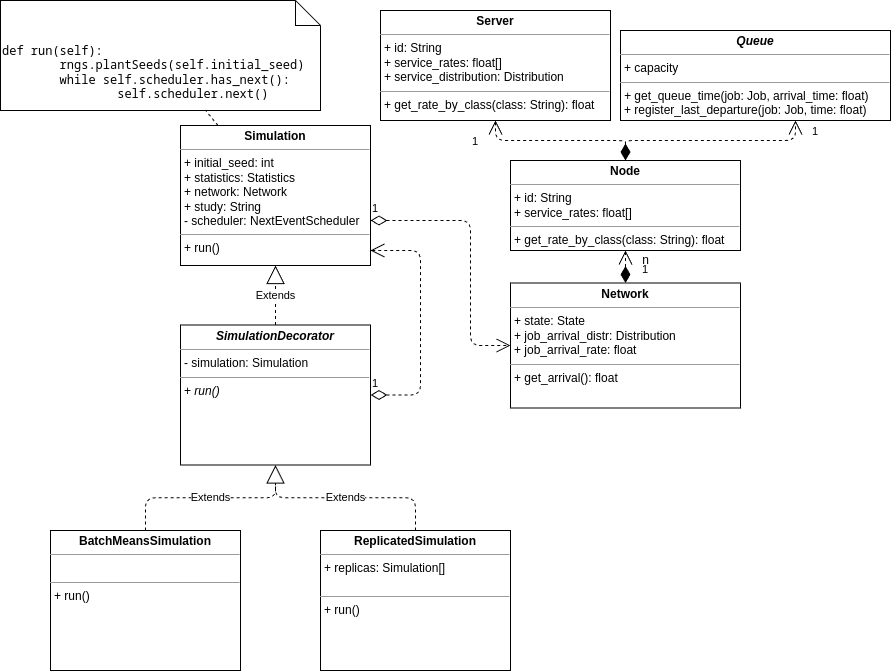
Torkin1/webapp-workflow-pa keeps this draw.io diagram as docs/figs/computational_model/simulation.drawio.png. Above is the earlier version. Source tidied: cells renumbered, new cells last; positions are measured from the earlier drawing's top-left corner, leaving out a move shared by most shapes.
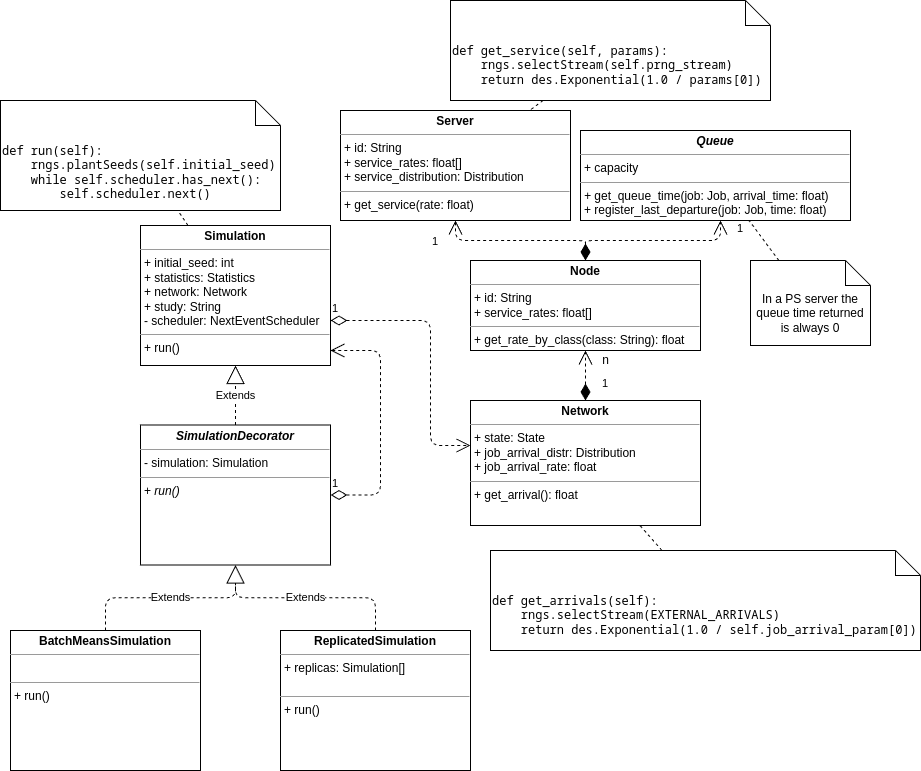
After the commit.

What changed in the source:
```diff
@@ -8,8 +8,8 @@
     <mxCell id="3" value="&lt;p style=&quot;margin:0px;margin-top:4px;text-align:center;&quot;&gt;&lt;b&gt;Simulation&lt;/b&gt;&lt;/p&gt;&lt;hr size=&quot;1&quot;&gt;&lt;p style=&quot;margin:0px;margin-left:4px;&quot;&gt;+ initial_seed: int&lt;br style=&quot;border-color: var(--border-color); padding: 0px; margin: 0px;&quot;&gt;+ statistics: Statistics&lt;br style=&quot;border-color: var(--border-color); padding: 0px; margin: 0px;&quot;&gt;+ network: Network&lt;br style=&quot;border-color: var(--border-color); padding: 0px; margin: 0px;&quot;&gt;+ study: String&lt;br style=&quot;border-color: var(--border-color); padding: 0px; margin: 0px;&quot;&gt;- scheduler: NextEventScheduler&lt;br&gt;&lt;/p&gt;&lt;hr size=&quot;1&quot;&gt;&lt;p style=&quot;margin:0px;margin-left:4px;&quot;&gt;+ run()&lt;br&gt;&lt;/p&gt;" style="verticalAlign=top;align=left;overflow=fill;fontSize=12;fontFamily=Helvetica;html=1;" parent="1" vertex="1">
       <mxGeometry x="180" y="125" width="190" height="140" as="geometry" />
     </mxCell>
-    <mxCell id="4" value="&lt;pre&gt;def run(self):&lt;br&gt;&lt;span style=&quot;white-space: pre;&quot;&gt;&#9;&lt;/span&gt;rngs.plantSeeds(self.initial_seed)&lt;br&gt;&lt;span style=&quot;white-space: pre;&quot;&gt;&#9;&lt;/span&gt;while self.scheduler.has_next():&lt;br&gt;&lt;span style=&quot;white-space: pre;&quot;&gt;&#9;&lt;span style=&quot;white-space: pre;&quot;&gt;&#9;&lt;/span&gt;&lt;/span&gt;self.scheduler.next()&lt;/pre&gt;" style="shape=note2;boundedLbl=1;whiteSpace=wrap;html=1;size=25;verticalAlign=top;align=left;" parent="1" vertex="1">
-      <mxGeometry width="320" height="110" as="geometry" />
+    <mxCell id="4" value="&lt;pre&gt;&lt;pre style=&quot;border-color: var(--border-color);&quot;&gt;def run(self):&lt;br/&gt;    rngs.plantSeeds(self.initial_seed)&lt;br/&gt;    while self.scheduler.has_next():&lt;br/&gt;        self.scheduler.next()&lt;br/&gt;&lt;/pre&gt;&lt;div&gt;&lt;br&gt;&lt;/div&gt;&lt;/pre&gt;" style="shape=note2;boundedLbl=1;whiteSpace=wrap;html=1;size=25;verticalAlign=top;align=left;" parent="1" vertex="1">
+      <mxGeometry x="40" width="280" height="110" as="geometry" />
     </mxCell>
     <mxCell id="5" value="&lt;p style=&quot;margin:0px;margin-top:4px;text-align:center;&quot;&gt;&lt;b&gt;BatchMeansSimulation&lt;/b&gt;&lt;/p&gt;&lt;hr size=&quot;1&quot;&gt;&lt;p style=&quot;margin:0px;margin-left:4px;&quot;&gt;&lt;br&gt;&lt;/p&gt;&lt;hr size=&quot;1&quot;&gt;&lt;p style=&quot;margin:0px;margin-left:4px;&quot;&gt;+ run()&lt;br&gt;&lt;/p&gt;" style="verticalAlign=top;align=left;overflow=fill;fontSize=12;fontFamily=Helvetica;html=1;" parent="1" vertex="1">
       <mxGeometry x="50" y="530" width="190" height="140" as="geometry" />
@@ -51,7 +51,7 @@
     <mxCell id="14" value="1" style="endArrow=open;html=1;endSize=12;startArrow=diamondThin;startSize=14;startFill=1;edgeStyle=orthogonalEdgeStyle;align=left;verticalAlign=bottom;dashed=1;fontColor=none;" parent="1" edge="1" source="18" target="13">
       <mxGeometry x="-0.67" y="-15" relative="1" as="geometry" />
     </mxCell>
-    <mxCell id="15" value="&lt;p style=&quot;margin:0px;margin-top:4px;text-align:center;&quot;&gt;&lt;b&gt;Server&lt;/b&gt;&lt;/p&gt;&lt;hr size=&quot;1&quot;&gt;&lt;p style=&quot;margin:0px;margin-left:4px;&quot;&gt;+ id: String&lt;/p&gt;&lt;p style=&quot;margin:0px;margin-left:4px;&quot;&gt;+ service_rates: float[]&lt;/p&gt;&lt;p style=&quot;margin:0px;margin-left:4px;&quot;&gt;+ service_distribution: Distribution&lt;/p&gt;&lt;hr size=&quot;1&quot;&gt;&lt;p style=&quot;margin:0px;margin-left:4px;&quot;&gt;+ get_rate_by_class(class: String): float&lt;/p&gt;" style="verticalAlign=top;align=left;overflow=fill;fontSize=12;fontFamily=Helvetica;html=1;" parent="1" vertex="1">
+    <mxCell id="15" value="&lt;p style=&quot;margin:0px;margin-top:4px;text-align:center;&quot;&gt;&lt;b&gt;Server&lt;/b&gt;&lt;/p&gt;&lt;hr size=&quot;1&quot;&gt;&lt;p style=&quot;margin:0px;margin-left:4px;&quot;&gt;+ id: String&lt;/p&gt;&lt;p style=&quot;margin:0px;margin-left:4px;&quot;&gt;+ service_rates: float[]&lt;/p&gt;&lt;p style=&quot;margin:0px;margin-left:4px;&quot;&gt;+ service_distribution: Distribution&lt;/p&gt;&lt;hr size=&quot;1&quot;&gt;&lt;p style=&quot;margin:0px;margin-left:4px;&quot;&gt;+ get_service(rate: float)&lt;/p&gt;" style="verticalAlign=top;align=left;overflow=fill;fontSize=12;fontFamily=Helvetica;html=1;" parent="1" vertex="1">
       <mxGeometry x="380" y="10" width="230" height="110" as="geometry" />
     </mxCell>
     <mxCell id="16" value="1" style="endArrow=open;html=1;endSize=12;startArrow=diamondThin;startSize=14;startFill=1;edgeStyle=orthogonalEdgeStyle;align=left;verticalAlign=bottom;dashed=1;fontColor=none;" parent="1" edge="1" source="13" target="15">
@@ -63,7 +63,7 @@
       <mxGeometry x="630" y="245" width="30" height="30" as="geometry" />
     </mxCell>
     <mxCell id="18" value="&lt;p style=&quot;margin:0px;margin-top:4px;text-align:center;&quot;&gt;&lt;b&gt;Network&lt;/b&gt;&lt;/p&gt;&lt;hr size=&quot;1&quot;&gt;&lt;p style=&quot;margin:0px;margin-left:4px;&quot;&gt;+ state: State&lt;/p&gt;&lt;p style=&quot;margin:0px;margin-left:4px;&quot;&gt;+ job_arrival_distr: Distribution&lt;/p&gt;&lt;p style=&quot;margin:0px;margin-left:4px;&quot;&gt;+ job_arrival_rate: float&lt;/p&gt;&lt;hr size=&quot;1&quot;&gt;&lt;p style=&quot;margin:0px;margin-left:4px;&quot;&gt;+ get_arrival(): float&lt;/p&gt;" style="verticalAlign=top;align=left;overflow=fill;fontSize=12;fontFamily=Helvetica;html=1;" parent="1" vertex="1">
-      <mxGeometry x="510" y="282.5" width="230" height="125" as="geometry" />
+      <mxGeometry x="510" y="300" width="230" height="125" as="geometry" />
     </mxCell>
     <mxCell id="19" value="&lt;p style=&quot;margin:0px;margin-top:4px;text-align:center;&quot;&gt;&lt;b&gt;&lt;i&gt;Queue&lt;/i&gt;&lt;/b&gt;&lt;/p&gt;&lt;hr size=&quot;1&quot;&gt;&lt;p style=&quot;margin:0px;margin-left:4px;&quot;&gt;+ capacity&lt;/p&gt;&lt;hr size=&quot;1&quot;&gt;&lt;p style=&quot;margin:0px;margin-left:4px;&quot;&gt;&lt;i&gt;+ &lt;/i&gt;get_queue_time(job: Job, arrival_time: float)&lt;/p&gt;&lt;p style=&quot;margin:0px;margin-left:4px;&quot;&gt;+ register_last_departure(job: Job, time: float)&lt;/p&gt;" style="verticalAlign=top;align=left;overflow=fill;fontSize=12;fontFamily=Helvetica;html=1;" parent="1" vertex="1">
       <mxGeometry x="620" y="30" width="270" height="90" as="geometry" />
@@ -72,9 +72,27 @@
       <mxGeometry x="0.81" y="-15" relative="1" as="geometry">
         <Array as="points">
           <mxPoint x="625" y="140" />
-          <mxPoint x="795" y="140" />
+          <mxPoint x="760" y="140" />
         </Array>
       </mxGeometry>
     </mxCell>
+    <mxCell id="21" value="&lt;pre&gt;def get_arrivals(self):&lt;br/&gt;    rngs.selectStream(EXTERNAL_ARRIVALS)&lt;br/&gt;    return des.Exponential(1.0 / self.job_arrival_param[0])&lt;br&gt;&lt;/pre&gt;" style="shape=note2;boundedLbl=1;whiteSpace=wrap;html=1;size=25;verticalAlign=top;align=left;" parent="1" vertex="1">
+      <mxGeometry x="530" y="450" width="430" height="100" as="geometry" />
+    </mxCell>
+    <mxCell id="22" style="edgeStyle=none;html=1;dashed=1;endArrow=none;endFill=0;" parent="1" edge="1" source="21" target="18">
+      <mxGeometry relative="1" as="geometry" />
+    </mxCell>
+    <mxCell id="23" value="&lt;pre&gt;def get_service(self, params):&lt;br/&gt;    rngs.selectStream(self.prng_stream)&lt;br/&gt;    return des.Exponential(1.0 / params[0])&lt;/pre&gt;" style="shape=note2;boundedLbl=1;whiteSpace=wrap;html=1;size=25;verticalAlign=top;align=left;" parent="1" vertex="1">
+      <mxGeometry x="490" y="-100" width="320" height="100" as="geometry" />
+    </mxCell>
+    <mxCell id="24" style="edgeStyle=none;html=1;dashed=1;endArrow=none;endFill=0;" parent="1" edge="1" source="23" target="15">
+      <mxGeometry relative="1" as="geometry" />
+    </mxCell>
+    <mxCell id="25" value="In a PS server the queue time returned is always 0" style="shape=note2;boundedLbl=1;whiteSpace=wrap;html=1;size=25;verticalAlign=top;align=center;" parent="1" vertex="1">
+      <mxGeometry x="790" y="160" width="120" height="85" as="geometry" />
+    </mxCell>
+    <mxCell id="26" style="edgeStyle=none;html=1;dashed=1;endArrow=none;endFill=0;" parent="1" edge="1" source="25" target="19">
+      <mxGeometry relative="1" as="geometry" />
+    </mxCell>
   </root>
 </mxGraphModel>
```
